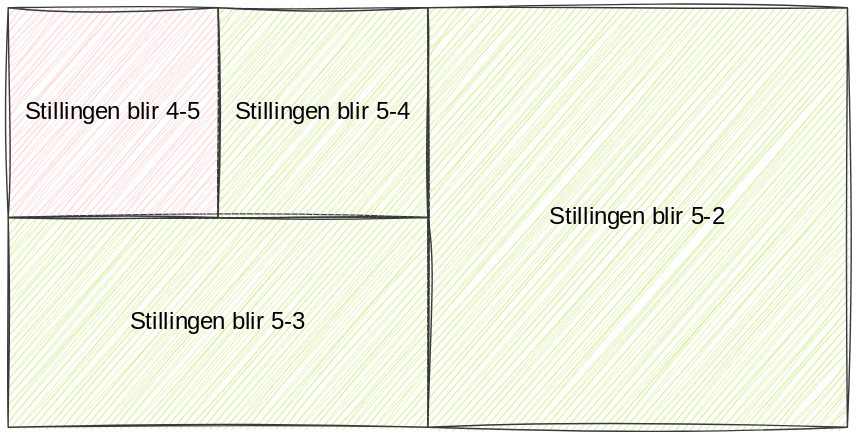
The draw.io diagram img/sannsyn/sannsyn.drawio.svg in Andremartiny/MA-173, before a commit. Source tidied: cells renumbered, new cells last; positions are measured from the earlier drawing's top-left corner, leaving out a move shared by most shapes.
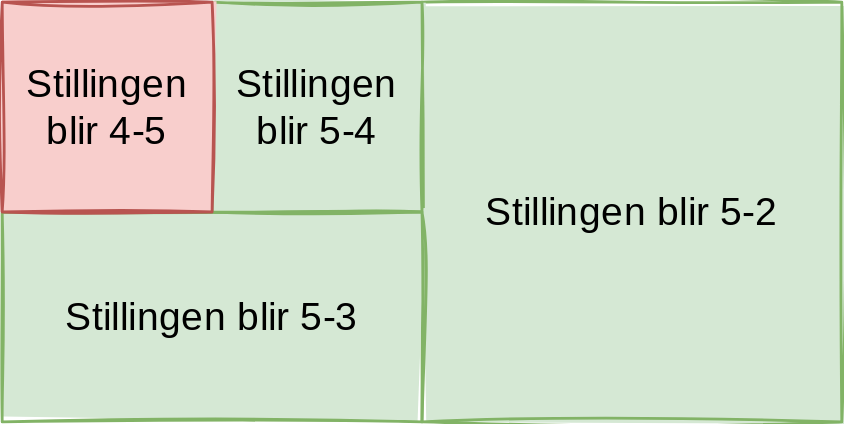
After the change.

Change to the diagram source:
```diff
@@ -2,16 +2,16 @@
   <root>
     <mxCell id="0" />
     <mxCell id="1" parent="0" />
-    <mxCell id="2" value="Stillingen blir 5-2" style="whiteSpace=wrap;html=1;sketch=1;hachureGap=4;jiggle=2;curveFitting=1;fillColor=#cdeb8b;strokeColor=#36393d;fontFamily=Handlee;fontSource=https%3A%2F%2Ffonts.googleapis.com%2Fcss%3Ffamily%3DHandlee;fontSize=17;" parent="1" vertex="1">
+    <mxCell id="2" value="Stillingen blir 5-2" style="whiteSpace=wrap;html=1;sketch=1;hachureGap=4;jiggle=2;curveFitting=1;fillColor=#d5e8d4;strokeColor=#82b366;fontFamily=Handlee;fontSource=https%3A%2F%2Ffonts.googleapis.com%2Fcss%3Ffamily%3DHandlee;fontSize=28;fillStyle=solid;strokeWidth=2;perimeterSpacing=1;" parent="1" vertex="1">
       <mxGeometry x="300" width="300" height="300" as="geometry" />
     </mxCell>
-    <mxCell id="3" value="Stillingen blir 5-3" style="rounded=0;whiteSpace=wrap;html=1;sketch=1;hachureGap=4;jiggle=2;curveFitting=1;fillColor=#cdeb8b;strokeColor=#36393d;fontFamily=Handlee;fontSource=https%3A%2F%2Ffonts.googleapis.com%2Fcss%3Ffamily%3DHandlee;fontSize=17;" parent="1" vertex="1">
+    <mxCell id="3" value="Stillingen blir 5-3" style="rounded=0;whiteSpace=wrap;html=1;sketch=1;hachureGap=4;jiggle=2;curveFitting=1;fillColor=#d5e8d4;strokeColor=#82b366;fontFamily=Handlee;fontSource=https%3A%2F%2Ffonts.googleapis.com%2Fcss%3Ffamily%3DHandlee;fontSize=28;fillStyle=solid;strokeWidth=2;perimeterSpacing=1;" parent="1" vertex="1">
       <mxGeometry y="150" width="300" height="150" as="geometry" />
     </mxCell>
-    <mxCell id="4" value="Stillingen blir 5-4" style="whiteSpace=wrap;html=1;sketch=1;hachureGap=4;jiggle=2;curveFitting=1;fillColor=#cdeb8b;strokeColor=#36393d;fontFamily=Handlee;fontSource=https%3A%2F%2Ffonts.googleapis.com%2Fcss%3Ffamily%3DHandlee;fontSize=17;" parent="1" vertex="1">
+    <mxCell id="4" value="Stillingen blir 5-4" style="whiteSpace=wrap;html=1;sketch=1;hachureGap=4;jiggle=2;curveFitting=1;fillColor=#d5e8d4;strokeColor=#82b366;fontFamily=Handlee;fontSource=https%3A%2F%2Ffonts.googleapis.com%2Fcss%3Ffamily%3DHandlee;fontSize=28;fillStyle=solid;strokeWidth=2;perimeterSpacing=1;" parent="1" vertex="1">
       <mxGeometry x="150" width="150" height="150" as="geometry" />
     </mxCell>
-    <mxCell id="5" value="Stillingen blir 4-5" style="rounded=0;whiteSpace=wrap;html=1;sketch=1;hachureGap=4;jiggle=2;curveFitting=1;fillColor=#ffcccc;strokeColor=#36393d;fontFamily=Handlee;fontSource=https%3A%2F%2Ffonts.googleapis.com%2Fcss%3Ffamily%3DHandlee;fontSize=17;" parent="1" vertex="1">
+    <mxCell id="5" value="Stillingen blir 4-5" style="rounded=0;whiteSpace=wrap;html=1;sketch=1;hachureGap=4;jiggle=2;curveFitting=1;fillColor=#f8cecc;strokeColor=#b85450;fontFamily=Handlee;fontSource=https%3A%2F%2Ffonts.googleapis.com%2Fcss%3Ffamily%3DHandlee;fontSize=28;fillStyle=solid;strokeWidth=2;perimeterSpacing=1;" parent="1" vertex="1">
       <mxGeometry width="150" height="150" as="geometry" />
     </mxCell>
   </root>
```
